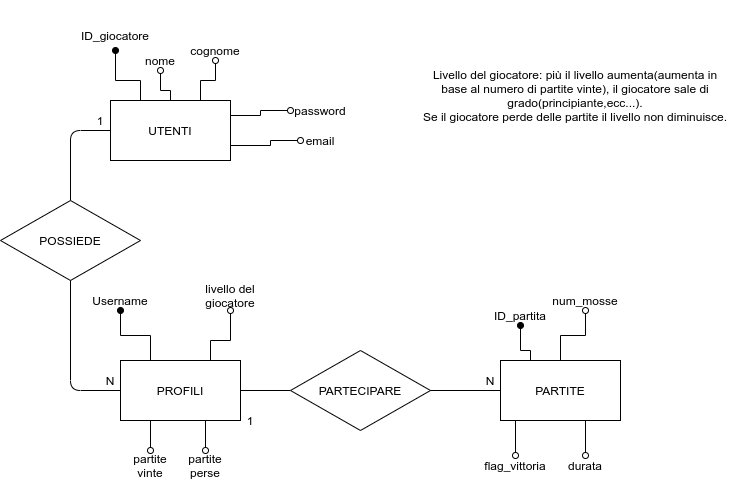
itisrivoira/CrazyGoose keeps this draw.io diagram as SchemaDatabase/schemaER_CrazyGoose.png. Above is the earlier version. Source tidied: cells renumbered, new cells last; positions are measured from the earlier drawing's top-left corner, leaving out a move shared by most shapes.
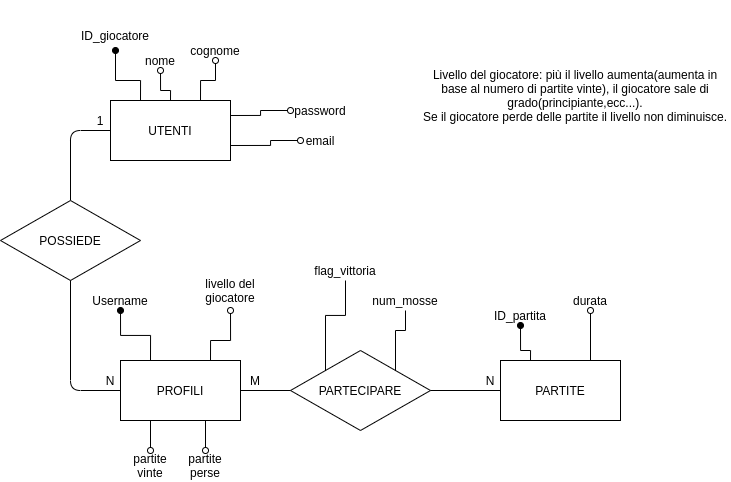
The same file after the commit.

The edit, as a diff of the source:
```diff
@@ -10,13 +10,13 @@
         </Array>
       </mxGeometry>
     </mxCell>
-    <mxCell id="3" style="edgeStyle=orthogonalEdgeStyle;rounded=0;jettySize=auto;html=1;exitX=0.5;exitY=0;exitDx=0;exitDy=0;entryX=0.5;entryY=1;entryDx=0;entryDy=0;endArrow=oval;endFill=0;fontSize=1;" parent="1" edge="1" source="6" target="34">
+    <mxCell id="3" style="edgeStyle=orthogonalEdgeStyle;rounded=0;jettySize=auto;html=1;exitX=1;exitY=0;exitDx=0;exitDy=0;entryX=0.5;entryY=1;entryDx=0;entryDy=0;endArrow=none;endFill=0;fontSize=1;" parent="1" edge="1" source="7" target="32">
       <mxGeometry relative="1" as="geometry" />
     </mxCell>
-    <mxCell id="4" style="edgeStyle=orthogonalEdgeStyle;rounded=0;jettySize=auto;html=1;exitX=0.25;exitY=1;exitDx=0;exitDy=0;entryX=0.5;entryY=0;entryDx=0;entryDy=0;endArrow=oval;endFill=0;fontSize=1;" parent="1" edge="1" source="6" target="36">
+    <mxCell id="4" style="edgeStyle=orthogonalEdgeStyle;rounded=0;jettySize=auto;html=1;exitX=0;exitY=0;exitDx=0;exitDy=0;entryX=0.5;entryY=1;entryDx=0;entryDy=0;endArrow=none;endFill=0;fontSize=1;" parent="1" edge="1" source="7" target="34">
       <mxGeometry relative="1" as="geometry" />
     </mxCell>
-    <mxCell id="5" style="edgeStyle=orthogonalEdgeStyle;rounded=0;jettySize=auto;html=1;exitX=0.75;exitY=1;exitDx=0;exitDy=0;entryX=0.5;entryY=0;entryDx=0;entryDy=0;endArrow=oval;endFill=0;fontSize=1;" parent="1" edge="1" source="6" target="35">
+    <mxCell id="5" style="edgeStyle=orthogonalEdgeStyle;rounded=0;jettySize=auto;html=1;exitX=0.75;exitY=0;exitDx=0;exitDy=0;entryX=0.5;entryY=1;entryDx=0;entryDy=0;endArrow=oval;endFill=0;fontSize=1;" parent="1" edge="1" source="6" target="33">
       <mxGeometry relative="1" as="geometry" />
     </mxCell>
     <mxCell id="6" value="PARTITE" style="rounded=0;whiteSpace=wrap;html=1;" parent="1" vertex="1">
@@ -65,7 +65,7 @@
     <mxCell id="17" value="password" style="text;html=1;strokeColor=none;fillColor=none;align=center;verticalAlign=middle;whiteSpace=wrap;rounded=0;" parent="1" vertex="1">
       <mxGeometry x="290" y="100" width="60" height="20" as="geometry" />
     </mxCell>
-    <mxCell id="18" style="endArrow=none;html=1;entryX=0.5;entryY=0;entryDx=0;entryDy=0;" parent="1" edge="1" target="29">
+    <mxCell id="18" style="endArrow=none;html=1;entryX=0.5;entryY=0;entryDx=0;entryDy=0;" parent="1" edge="1" target="43">
       <mxGeometry relative="1" as="geometry">
         <mxPoint x="110" y="130" as="sourcePoint" />
         <Array as="points">
@@ -79,92 +79,92 @@
     <mxCell id="20" value="partite perse" style="text;html=1;strokeColor=none;fillColor=none;align=center;verticalAlign=middle;whiteSpace=wrap;rounded=0;" parent="1" vertex="1">
       <mxGeometry x="180" y="450" width="50" height="30" as="geometry" />
     </mxCell>
-    <mxCell id="21" style="edgeStyle=orthogonalEdgeStyle;rounded=0;jettySize=auto;html=1;exitX=0.25;exitY=0;exitDx=0;exitDy=0;endArrow=oval;endFill=1;fontSize=1;entryX=0.5;entryY=1;entryDx=0;entryDy=0;" parent="1" edge="1" source="25" target="26">
+    <mxCell id="21" style="edgeStyle=orthogonalEdgeStyle;rounded=0;jettySize=auto;html=1;exitX=0.25;exitY=0;exitDx=0;exitDy=0;endArrow=oval;endFill=1;fontSize=1;entryX=0.5;entryY=1;entryDx=0;entryDy=0;" parent="1" edge="1" source="24" target="25">
       <mxGeometry relative="1" as="geometry" />
     </mxCell>
+    <mxCell id="42" style="edgeStyle=orthogonalEdgeStyle;rounded=0;jettySize=auto;html=1;exitX=0.75;exitY=0;exitDx=0;exitDy=0;entryX=0.5;entryY=1;entryDx=0;entryDy=0;endArrow=oval;endFill=0;fontSize=1;" parent="1" edge="1" source="24" target="26">
+      <mxGeometry relative="1" as="geometry">
+        <Array as="points">
+          <mxPoint x="210" y="340" />
+          <mxPoint x="230" y="340" />
+        </Array>
+      </mxGeometry>
+    </mxCell>
-    <mxCell id="22" style="edgeStyle=orthogonalEdgeStyle;rounded=0;jettySize=auto;html=1;exitX=0.75;exitY=0;exitDx=0;exitDy=0;entryX=0.5;entryY=1;entryDx=0;entryDy=0;endArrow=oval;endFill=0;fontSize=1;" parent="1" edge="1" source="25" target="27">
-      <mxGeometry relative="1" as="geometry">
-        <Array as="points">
-          <mxPoint x="210" y="340" />
-          <mxPoint x="230" y="340" />
-        </Array>
-      </mxGeometry>
+    <mxCell id="22" style="edgeStyle=orthogonalEdgeStyle;rounded=0;jettySize=auto;html=1;exitX=0.25;exitY=1;exitDx=0;exitDy=0;endArrow=oval;endFill=0;fontSize=1;entryX=0.5;entryY=0;entryDx=0;entryDy=0;" parent="1" edge="1" source="24" target="19">
+      <mxGeometry relative="1" as="geometry" />
     </mxCell>
-    <mxCell id="23" style="edgeStyle=orthogonalEdgeStyle;rounded=0;jettySize=auto;html=1;exitX=0.25;exitY=1;exitDx=0;exitDy=0;endArrow=oval;endFill=0;fontSize=1;entryX=0.5;entryY=0;entryDx=0;entryDy=0;" parent="1" edge="1" source="25" target="19">
+    <mxCell id="23" style="edgeStyle=orthogonalEdgeStyle;rounded=0;jettySize=auto;html=1;exitX=0.75;exitY=1;exitDx=0;exitDy=0;entryX=0.5;entryY=0;entryDx=0;entryDy=0;endArrow=oval;endFill=0;fontSize=1;" parent="1" edge="1" source="24" target="20">
       <mxGeometry relative="1" as="geometry" />
     </mxCell>
-    <mxCell id="24" style="edgeStyle=orthogonalEdgeStyle;rounded=0;jettySize=auto;html=1;exitX=0.75;exitY=1;exitDx=0;exitDy=0;entryX=0.5;entryY=0;entryDx=0;entryDy=0;endArrow=oval;endFill=0;fontSize=1;" parent="1" edge="1" source="25" target="20">
-      <mxGeometry relative="1" as="geometry" />
+    <mxCell id="24" value="PROFILI" style="rounded=0;whiteSpace=wrap;html=1;" parent="1" vertex="1">
+      <mxGeometry x="120" y="360" width="120" height="60" as="geometry" />
     </mxCell>
-    <mxCell id="25" value="PROFILI" style="rounded=0;whiteSpace=wrap;html=1;" parent="1" vertex="1">
-      <mxGeometry x="120" y="360" width="120" height="60" as="geometry" />
+    <mxCell id="25" value="Username" style="text;html=1;strokeColor=none;fillColor=none;align=center;verticalAlign=middle;whiteSpace=wrap;rounded=0;" parent="1" vertex="1">
+      <mxGeometry x="90" y="290" width="60" height="20" as="geometry" />
     </mxCell>
-    <mxCell id="26" value="Username" style="text;html=1;strokeColor=none;fillColor=none;align=center;verticalAlign=middle;whiteSpace=wrap;rounded=0;" parent="1" vertex="1">
-      <mxGeometry x="90" y="290" width="60" height="20" as="geometry" />
+    <mxCell id="26" value="livello del giocatore" style="text;html=1;strokeColor=none;fillColor=none;align=center;verticalAlign=middle;whiteSpace=wrap;rounded=0;" parent="1" vertex="1">
+      <mxGeometry x="200" y="270" width="60" height="40" as="geometry" />
     </mxCell>
-    <mxCell id="27" value="livello del giocatore" style="text;html=1;strokeColor=none;fillColor=none;align=center;verticalAlign=middle;whiteSpace=wrap;rounded=0;" parent="1" vertex="1">
-      <mxGeometry x="200" y="280" width="60" height="30" as="geometry" />
+    <mxCell id="27" style="endArrow=none;html=1;entryX=0;entryY=0.5;entryDx=0;entryDy=0;exitX=1;exitY=0.5;exitDx=0;exitDy=0;" parent="1" edge="1" source="24" target="7">
+      <mxGeometry relative="1" as="geometry" />
     </mxCell>
+    <mxCell id="43" value="POSSIEDE" style="rhombus;whiteSpace=wrap;html=1;" parent="1" vertex="1">
+      <mxGeometry y="200" width="140" height="80" as="geometry" />
+    </mxCell>
-    <mxCell id="28" style="endArrow=none;html=1;entryX=0;entryY=0.5;entryDx=0;entryDy=0;exitX=1;exitY=0.5;exitDx=0;exitDy=0;" parent="1" edge="1" source="25" target="7">
-      <mxGeometry relative="1" as="geometry" />
+    <mxCell id="28" style="endArrow=none;html=1;entryX=0.5;entryY=1;entryDx=0;entryDy=0;exitX=0;exitY=0.5;exitDx=0;exitDy=0;" parent="1" edge="1" source="24" target="43">
+      <mxGeometry relative="1" as="geometry">
+        <Array as="points">
+          <mxPoint x="70" y="390" />
+        </Array>
+      </mxGeometry>
     </mxCell>
-    <mxCell id="29" value="POSSIEDE" style="rhombus;whiteSpace=wrap;html=1;" parent="1" vertex="1">
-      <mxGeometry y="200" width="140" height="80" as="geometry" />
+    <mxCell id="29" value="M" style="text;html=1;strokeColor=none;fillColor=none;align=center;verticalAlign=middle;whiteSpace=wrap;rounded=0;" parent="1" vertex="1">
+      <mxGeometry x="240" y="370" width="30" height="20" as="geometry" />
     </mxCell>
-    <mxCell id="30" style="endArrow=none;html=1;entryX=0.5;entryY=1;entryDx=0;entryDy=0;exitX=0;exitY=0.5;exitDx=0;exitDy=0;" parent="1" edge="1" source="25" target="29">
-      <mxGeometry relative="1" as="geometry">
-        <Array as="points">
-          <mxPoint x="70" y="390" />
-        </Array>
-      </mxGeometry>
+    <mxCell id="30" value="N" style="text;html=1;strokeColor=none;fillColor=none;align=center;verticalAlign=middle;whiteSpace=wrap;rounded=0;" parent="1" vertex="1">
+      <mxGeometry x="90" y="370" width="40" height="20" as="geometry" />
     </mxCell>
     <mxCell id="31" value="1" style="text;html=1;strokeColor=none;fillColor=none;align=center;verticalAlign=middle;whiteSpace=wrap;rounded=0;" parent="1" vertex="1">
-      <mxGeometry x="230" y="410" width="40" height="20" as="geometry" />
+      <mxGeometry x="80" y="110" width="40" height="20" as="geometry" />
     </mxCell>
-    <mxCell id="32" value="N" style="text;html=1;strokeColor=none;fillColor=none;align=center;verticalAlign=middle;whiteSpace=wrap;rounded=0;" parent="1" vertex="1">
-      <mxGeometry x="90" y="370" width="40" height="20" as="geometry" />
+    <mxCell id="32" value="num_mosse" style="text;html=1;strokeColor=none;fillColor=none;align=center;verticalAlign=middle;whiteSpace=wrap;rounded=0;" parent="1" vertex="1">
+      <mxGeometry x="370" y="290" width="70" height="20" as="geometry" />
     </mxCell>
-    <mxCell id="33" value="1" style="text;html=1;strokeColor=none;fillColor=none;align=center;verticalAlign=middle;whiteSpace=wrap;rounded=0;" parent="1" vertex="1">
-      <mxGeometry x="80" y="110" width="40" height="20" as="geometry" />
+    <mxCell id="33" value="durata" style="text;html=1;strokeColor=none;fillColor=none;align=center;verticalAlign=middle;whiteSpace=wrap;rounded=0;" parent="1" vertex="1">
+      <mxGeometry x="570" y="290" width="40" height="20" as="geometry" />
     </mxCell>
-    <mxCell id="34" value="num_mosse" style="text;html=1;strokeColor=none;fillColor=none;align=center;verticalAlign=middle;whiteSpace=wrap;rounded=0;" parent="1" vertex="1">
-      <mxGeometry x="550" y="290" width="70" height="20" as="geometry" />
+    <mxCell id="34" value="flag_vittoria" style="text;html=1;strokeColor=none;fillColor=none;align=center;verticalAlign=middle;whiteSpace=wrap;rounded=0;" parent="1" vertex="1">
+      <mxGeometry x="310" y="260" width="70" height="20" as="geometry" />
     </mxCell>
-    <mxCell id="35" value="durata" style="text;html=1;strokeColor=none;fillColor=none;align=center;verticalAlign=middle;whiteSpace=wrap;rounded=0;" parent="1" vertex="1">
-      <mxGeometry x="565" y="455" width="40" height="20" as="geometry" />
+    <mxCell id="35" style="edgeStyle=orthogonalEdgeStyle;rounded=0;jettySize=auto;html=1;exitX=0.75;exitY=0;exitDx=0;exitDy=0;entryX=0.5;entryY=1;entryDx=0;entryDy=0;endArrow=oval;endFill=0;fontSize=1;" parent="1" edge="1" source="13" target="16">
+      <mxGeometry relative="1" as="geometry">
+        <Array as="points">
+          <mxPoint x="200" y="80" />
+          <mxPoint x="215" y="80" />
+        </Array>
+      </mxGeometry>
     </mxCell>
-    <mxCell id="36" value="flag_vittoria" style="text;html=1;strokeColor=none;fillColor=none;align=center;verticalAlign=middle;whiteSpace=wrap;rounded=0;" parent="1" vertex="1">
-      <mxGeometry x="480" y="455" width="70" height="20" as="geometry" />
+    <mxCell id="36" style="edgeStyle=orthogonalEdgeStyle;rounded=0;jettySize=auto;html=1;exitX=1;exitY=0.25;exitDx=0;exitDy=0;endArrow=oval;endFill=0;fontSize=1;entryX=0;entryY=0.5;entryDx=0;entryDy=0;" parent="1" edge="1" source="13" target="17">
+      <mxGeometry relative="1" as="geometry">
+        <Array as="points">
+          <mxPoint x="260" y="115" />
+          <mxPoint x="260" y="110" />
+        </Array>
+      </mxGeometry>
     </mxCell>
-    <mxCell id="37" style="edgeStyle=orthogonalEdgeStyle;rounded=0;jettySize=auto;html=1;exitX=0.75;exitY=0;exitDx=0;exitDy=0;entryX=0.5;entryY=1;entryDx=0;entryDy=0;endArrow=oval;endFill=0;fontSize=1;" parent="1" edge="1" source="13" target="16">
+    <mxCell id="37" style="edgeStyle=orthogonalEdgeStyle;rounded=0;jettySize=auto;html=1;exitX=1;exitY=0.75;exitDx=0;exitDy=0;entryX=0;entryY=0.5;entryDx=0;entryDy=0;endArrow=oval;endFill=0;fontSize=1;" parent="1" edge="1" source="13" target="38">
       <mxGeometry relative="1" as="geometry">
         <Array as="points">
-          <mxPoint x="200" y="80" />
-          <mxPoint x="215" y="80" />
+          <mxPoint x="270" y="145" />
+          <mxPoint x="270" y="140" />
         </Array>
       </mxGeometry>
     </mxCell>
-    <mxCell id="38" style="edgeStyle=orthogonalEdgeStyle;rounded=0;jettySize=auto;html=1;exitX=1;exitY=0.25;exitDx=0;exitDy=0;endArrow=oval;endFill=0;fontSize=1;entryX=0;entryY=0.5;entryDx=0;entryDy=0;" parent="1" edge="1" source="13" target="17">
-      <mxGeometry relative="1" as="geometry">
-        <Array as="points">
-          <mxPoint x="260" y="115" />
-          <mxPoint x="260" y="110" />
-        </Array>
-      </mxGeometry>
+    <mxCell id="38" value="email" style="text;html=1;strokeColor=none;fillColor=none;align=center;verticalAlign=middle;whiteSpace=wrap;rounded=0;" parent="1" vertex="1">
+      <mxGeometry x="300" y="130" width="40" height="20" as="geometry" />
     </mxCell>
-    <mxCell id="39" style="edgeStyle=orthogonalEdgeStyle;rounded=0;jettySize=auto;html=1;exitX=1;exitY=0.75;exitDx=0;exitDy=0;entryX=0;entryY=0.5;entryDx=0;entryDy=0;endArrow=oval;endFill=0;fontSize=1;" parent="1" edge="1" source="13" target="40">
-      <mxGeometry relative="1" as="geometry">
-        <Array as="points">
-          <mxPoint x="270" y="145" />
-          <mxPoint x="270" y="140" />
-        </Array>
-      </mxGeometry>
+    <mxCell id="39" value="Livello del giocatore: più il livello aumenta(aumenta in base al numero di partite vinte), il giocatore sale di grado(principiante,ecc...).&lt;br&gt;Se il giocatore perde delle partite il livello non diminuisce." style="text;html=1;strokeColor=none;fillColor=none;align=center;verticalAlign=middle;whiteSpace=wrap;rounded=0;" parent="1" vertex="1">
+      <mxGeometry x="420" width="310" height="190" as="geometry" />
     </mxCell>
-    <mxCell id="40" value="email" style="text;html=1;strokeColor=none;fillColor=none;align=center;verticalAlign=middle;whiteSpace=wrap;rounded=0;" parent="1" vertex="1">
-      <mxGeometry x="300" y="130" width="40" height="20" as="geometry" />
-    </mxCell>
-    <mxCell id="41" value="Livello del giocatore: più il livello aumenta(aumenta in base al numero di partite vinte), il giocatore sale di grado(principiante,ecc...).&lt;br&gt;Se il giocatore perde delle partite il livello non diminuisce." style="text;html=1;strokeColor=none;fillColor=none;align=center;verticalAlign=middle;whiteSpace=wrap;rounded=0;" parent="1" vertex="1">
-      <mxGeometry x="420" width="310" height="190" as="geometry" />
-    </mxCell>
   </root>
 </mxGraphModel>
```
